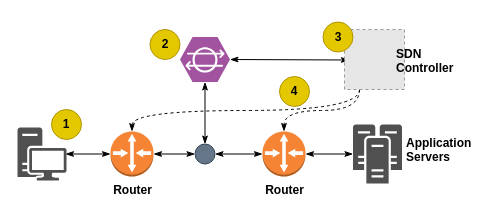
The draw.io diagram stateful-processing.drawio in deepaknadig/draw.io, before the edit. Source tidied: cells renumbered, new cells numbered last; positions are measured from the earlier drawing's top-left corner, leaving out a move shared by most shapes. Both pictures are drawn from the tidied source at 100%, with x=0, y=0 at pixel (17, 21). Pictures stored in the file or linked from it are replaced by grey dashed boxes.
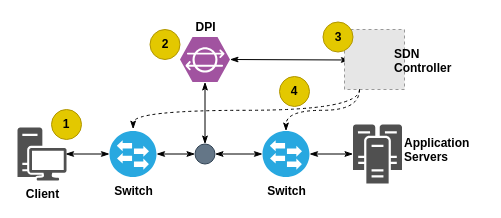
After the change.

The edit, as a diff of the source:
```diff
@@
-    <mxCell id="2" style="group;" parent="1" vertex="1">
-      <mxGeometry y="0.5" width="467" height="161.5" as="geometry" />
-    </mxCell>
+    <mxCell id="24" style="group;" parent="1" vertex="1">
+      <mxGeometry y="-4" width="465" height="166" as="geometry" />
+    </mxCell>
+    <mxCell id="25" value="&lt;div align=&quot;center&quot;&gt;&lt;b&gt;DPI&lt;/b&gt;&lt;/div&gt;" style="text;html=1;align=center;verticalAlign=top;spacingTop=-4;fontColor=#000000;" parent="24" vertex="1">
+      <mxGeometry x="167.5" width="40" height="20" as="geometry" />
+    </mxCell>
-    <mxCell id="3" style="edgeStyle=none;rounded=0;jettySize=auto;html=1;entryX=0;entryY=0.5;entryDx=0;entryDy=0;entryPerimeter=0;startArrow=classicThin;startFill=1;endArrow=classicThin;endFill=1;" parent="2" edge="1" target="4">
+    <mxCell id="3" style="edgeStyle=none;rounded=0;jettySize=auto;html=1;entryX=0;entryY=0.5;entryDx=0;entryDy=0;entryPerimeter=0;startArrow=classicThin;startFill=1;endArrow=classicThin;endFill=1;" parent="24" edge="1" target="26">
       <mxGeometry relative="1" as="geometry">
-        <mxPoint x="48" y="132" as="sourcePoint" />
+        <mxPoint x="48" y="136.5" as="sourcePoint" />
       </mxGeometry>
     </mxCell>
-    <mxCell id="4" value="&lt;b&gt;Router&lt;/b&gt;" style="outlineConnect=0;dashed=0;verticalLabelPosition=bottom;verticalAlign=top;align=center;html=1;shape=mxgraph.aws3.router;fillColor=#F58534;gradientColor=none;" parent="2" vertex="1">
-      <mxGeometry x="93" y="109.5" width="43" height="45" as="geometry" />
-    </mxCell>
-    <mxCell id="5" value="&lt;b&gt;Router&lt;/b&gt;" style="outlineConnect=0;dashed=0;verticalLabelPosition=bottom;verticalAlign=top;align=center;html=1;shape=mxgraph.aws3.router;fillColor=#F58534;gradientColor=none;" parent="2" vertex="1">
-      <mxGeometry x="245" y="109.5" width="43" height="45" as="geometry" />
-    </mxCell>
-    <mxCell id="6" style="edgeStyle=none;rounded=0;jettySize=auto;html=1;exitX=1;exitY=0.5;exitDx=0;exitDy=0;entryX=0;entryY=0.5;entryDx=0;entryDy=0;entryPerimeter=0;startArrow=classicThin;startFill=1;endArrow=classicThin;endFill=1;" parent="2" edge="1" source="7" target="5">
-      <mxGeometry relative="1" as="geometry" />
-    </mxCell>
-    <mxCell id="7" style="ellipse;whiteSpace=wrap;html=1;fillColor=#647687;strokeColor=#314354;fontColor=#ffffff;" parent="2" vertex="1">
-      <mxGeometry x="177.5" y="122" width="20" height="20" as="geometry" />
+    <mxCell id="7" style="ellipse;whiteSpace=wrap;html=1;fillColor=#647687;strokeColor=#314354;fontColor=#ffffff;" parent="24" vertex="1">
+      <mxGeometry x="177.5" y="126.5" width="20" height="20" as="geometry" />
     </mxCell>
-    <mxCell id="8" style="edgeStyle=none;rounded=0;jettySize=auto;html=1;exitX=1;exitY=0.5;exitDx=0;exitDy=0;exitPerimeter=0;entryX=0;entryY=0.5;entryDx=0;entryDy=0;startArrow=classicThin;startFill=1;endArrow=classicThin;endFill=1;" parent="2" edge="1" source="4" target="7">
+    <mxCell id="8" style="edgeStyle=none;rounded=0;jettySize=auto;html=1;exitX=1;exitY=0.5;exitDx=0;exitDy=0;exitPerimeter=0;entryX=0;entryY=0.5;entryDx=0;entryDy=0;startArrow=classicThin;startFill=1;endArrow=classicThin;endFill=1;" parent="24" edge="1" source="26" target="7">
       <mxGeometry relative="1" as="geometry" />
     </mxCell>
-    <mxCell id="9" style="shadow=0;dashed=0;html=1;strokeColor=none;fillColor=#505050;labelPosition=center;verticalLabelPosition=bottom;verticalAlign=top;outlineConnect=0;align=center;shape=mxgraph.office.servers.cluster_server;" parent="2" vertex="1">
-      <mxGeometry x="335.5" y="102.5" width="49" height="59" as="geometry" />
+    <mxCell id="9" style="shadow=0;dashed=0;html=1;strokeColor=none;fillColor=#505050;labelPosition=center;verticalLabelPosition=bottom;verticalAlign=top;outlineConnect=0;align=center;shape=mxgraph.office.servers.cluster_server;" parent="24" vertex="1">
+      <mxGeometry x="335.5" y="107" width="49" height="59" as="geometry" />
     </mxCell>
-    <mxCell id="10" style="edgeStyle=none;rounded=0;jettySize=auto;html=1;exitX=1;exitY=0.5;exitDx=0;exitDy=0;exitPerimeter=0;startArrow=classicThin;startFill=1;endArrow=classicThin;endFill=1;" parent="2" edge="1" source="5" target="9">
+    <mxCell id="10" style="edgeStyle=none;rounded=0;jettySize=auto;html=1;exitX=1;exitY=0.5;exitDx=0;exitDy=0;exitPerimeter=0;startArrow=classicThin;startFill=1;endArrow=classicThin;endFill=1;" parent="24" edge="1" source="27" target="9">
       <mxGeometry relative="1" as="geometry" />
     </mxCell>
-    <mxCell id="11" style="rounded=0;jettySize=auto;html=1;exitX=0.5;exitY=1;exitDx=0;exitDy=0;exitPerimeter=0;entryX=0.5;entryY=0;entryDx=0;entryDy=0;startArrow=classicThin;startFill=1;endArrow=classicThin;endFill=1;" parent="2" edge="1" source="13" target="7">
+    <mxCell id="11" style="rounded=0;jettySize=auto;html=1;exitX=0.5;exitY=1;exitDx=0;exitDy=0;exitPerimeter=0;entryX=0.5;entryY=0;entryDx=0;entryDy=0;startArrow=classicThin;startFill=1;endArrow=classicThin;endFill=1;" parent="24" edge="1" source="13" target="7">
       <mxGeometry relative="1" as="geometry" />
     </mxCell>
-    <mxCell id="12" style="edgeStyle=none;rounded=0;jettySize=auto;html=1;exitX=1;exitY=0.5;exitDx=0;exitDy=0;exitPerimeter=0;startArrow=classicThin;startFill=1;endArrow=classicThin;endFill=1;" parent="2" edge="1" source="13">
+    <mxCell id="12" style="edgeStyle=none;rounded=0;jettySize=auto;html=1;exitX=1;exitY=0.5;exitDx=0;exitDy=0;exitPerimeter=0;startArrow=classicThin;startFill=1;endArrow=classicThin;endFill=1;" parent="24" edge="1" source="13">
       <mxGeometry relative="1" as="geometry">
-        <mxPoint x="332" y="38" as="targetPoint" />
+        <mxPoint x="332" y="42.5" as="targetPoint" />
       </mxGeometry>
     </mxCell>
-    <mxCell id="13" style="verticalLabelPosition=bottom;html=1;fillColor=#A153A0;verticalAlign=top;align=center;points=[[0.25,0,0],[0.5,0,0],[0.75,0,0],[1,0.5,0],[0.75,1,0],[0.5,1,0],[0.25,1,0],[0,0.5,0],[0.125,0.25,0],[0.125,0.75,0],[0.875,0.25,0],[0.875,0.75,0]];shape=mxgraph.cisco_safe.design.intrusion_detection;" parent="2" vertex="1">
-      <mxGeometry x="162.5" y="15" width="50" height="45" as="geometry" />
+    <mxCell id="13" style="verticalLabelPosition=bottom;html=1;fillColor=#A153A0;verticalAlign=top;align=center;points=[[0.25,0,0],[0.5,0,0],[0.75,0,0],[1,0.5,0],[0.75,1,0],[0.5,1,0],[0.25,1,0],[0,0.5,0],[0.125,0.25,0],[0.125,0.75,0],[0.875,0.25,0],[0.875,0.75,0]];shape=mxgraph.cisco_safe.design.intrusion_detection;" parent="24" vertex="1">
+      <mxGeometry x="162.5" y="19.5" width="50" height="45" as="geometry" />
     </mxCell>
-    <mxCell id="14" style="edgeStyle=orthogonalEdgeStyle;curved=1;rounded=0;jettySize=auto;html=1;exitX=0.25;exitY=1;exitDx=0;exitDy=0;entryX=0.5;entryY=0;entryDx=0;entryDy=0;entryPerimeter=0;dashed=1;startArrow=none;startFill=0;endArrow=classicThin;endFill=1;strokeColor=#000000;" parent="2" edge="1" source="16" target="4">
-      <mxGeometry relative="1" as="geometry" />
-    </mxCell>
-    <mxCell id="15" style="edgeStyle=orthogonalEdgeStyle;curved=1;rounded=0;jettySize=auto;html=1;exitX=0.25;exitY=1;exitDx=0;exitDy=0;dashed=1;startArrow=none;startFill=0;endArrow=classicThin;endFill=1;strokeColor=#000000;" parent="2" edge="1" source="16" target="5">
-      <mxGeometry relative="1" as="geometry" />
-    </mxCell>
-    <mxCell id="16" style="fillColor=#E6E6E6;strokeColor=#999999;dashed=1;html=1;verticalAlign=top;verticalLabelPosition=bottom;labelBackgroundColor=#ffffff;" parent="2" vertex="1">
-      <mxGeometry x="327" y="7.5" width="60" height="60" as="geometry" />
+    <mxCell id="16" style="fillColor=#E6E6E6;strokeColor=#999999;dashed=1;html=1;verticalAlign=top;verticalLabelPosition=bottom;labelBackgroundColor=#ffffff;" parent="24" vertex="1">
+      <mxGeometry x="327" y="12" width="60" height="60" as="geometry" />
     </mxCell>
-    <mxCell id="17" value="&lt;div&gt;&lt;b&gt;SDN&lt;/b&gt;&lt;/div&gt;&lt;div&gt;&lt;b&gt;Controller&lt;br&gt;&lt;/b&gt;&lt;/div&gt;" style="text;html=1;align=left;verticalAlign=top;spacingTop=-4;" parent="2" vertex="1">
-      <mxGeometry x="377" y="22.5" width="70" height="30" as="geometry" />
+    <mxCell id="17" value="&lt;div&gt;&lt;b&gt;SDN&lt;/b&gt;&lt;/div&gt;&lt;div&gt;&lt;b&gt;Controller&lt;br&gt;&lt;/b&gt;&lt;/div&gt;" style="text;html=1;align=left;verticalAlign=top;spacingTop=-4;" parent="24" vertex="1">
+      <mxGeometry x="375" y="27" width="70" height="30" as="geometry" />
     </mxCell>
-    <mxCell id="18" value="&lt;div&gt;&lt;b&gt;Application&lt;/b&gt;&lt;/div&gt;&lt;div&gt;&lt;b&gt;Servers&lt;br&gt;&lt;/b&gt;&lt;/div&gt;" style="text;html=1;align=left;verticalAlign=top;spacingTop=-4;" parent="2" vertex="1">
-      <mxGeometry x="387" y="111" width="80" height="30" as="geometry" />
+    <mxCell id="18" value="&lt;div&gt;&lt;b&gt;Application&lt;/b&gt;&lt;/div&gt;&lt;div&gt;&lt;b&gt;Servers&lt;br&gt;&lt;/b&gt;&lt;/div&gt;" style="text;html=1;align=left;verticalAlign=top;spacingTop=-4;" parent="24" vertex="1">
+      <mxGeometry x="385" y="115.5" width="80" height="30" as="geometry" />
     </mxCell>
-    <mxCell id="19" style="shadow=0;dashed=0;html=1;strokeColor=none;fillColor=#505050;labelPosition=center;verticalLabelPosition=bottom;verticalAlign=top;align=center;shape=mxgraph.office.devices.workstation;" parent="2" vertex="1">
-      <mxGeometry y="105.5" width="49" height="53" as="geometry" />
+    <mxCell id="19" value="&lt;b&gt;Client&lt;/b&gt;" style="shadow=0;dashed=0;html=1;strokeColor=none;fillColor=#505050;labelPosition=center;verticalLabelPosition=bottom;verticalAlign=top;align=center;shape=mxgraph.office.devices.workstation;" parent="24" vertex="1">
+      <mxGeometry y="110" width="49" height="53" as="geometry" />
     </mxCell>
-    <mxCell id="20" value="&lt;b&gt;1&lt;/b&gt;" style="ellipse;whiteSpace=wrap;html=1;fillColor=#e3c800;align=center;strokeColor=#B09500;fontColor=#000000;" parent="2" vertex="1">
-      <mxGeometry x="34" y="87.5" width="30" height="30" as="geometry" />
+    <mxCell id="20" value="&lt;b&gt;1&lt;/b&gt;" style="ellipse;whiteSpace=wrap;html=1;fillColor=#e3c800;align=center;strokeColor=#B09500;fontColor=#000000;" parent="24" vertex="1">
+      <mxGeometry x="34" y="92" width="30" height="30" as="geometry" />
     </mxCell>
-    <mxCell id="21" value="&lt;b&gt;2&lt;/b&gt;" style="ellipse;whiteSpace=wrap;html=1;fillColor=#e3c800;align=center;strokeColor=#B09500;fontColor=#000000;" parent="2" vertex="1">
-      <mxGeometry x="132.5" y="7.5" width="30" height="30" as="geometry" />
+    <mxCell id="21" value="&lt;b&gt;2&lt;/b&gt;" style="ellipse;whiteSpace=wrap;html=1;fillColor=#e3c800;align=center;strokeColor=#B09500;fontColor=#000000;" parent="24" vertex="1">
+      <mxGeometry x="132.5" y="12" width="30" height="30" as="geometry" />
     </mxCell>
-    <mxCell id="22" value="&lt;b&gt;3&lt;/b&gt;" style="ellipse;whiteSpace=wrap;html=1;fillColor=#e3c800;align=center;strokeColor=#B09500;fontColor=#000000;" parent="2" vertex="1">
-      <mxGeometry x="305.5" width="30" height="30" as="geometry" />
+    <mxCell id="22" value="&lt;b&gt;3&lt;/b&gt;" style="ellipse;whiteSpace=wrap;html=1;fillColor=#e3c800;align=center;strokeColor=#B09500;fontColor=#000000;" parent="24" vertex="1">
+      <mxGeometry x="305.5" y="4.5" width="30" height="30" as="geometry" />
     </mxCell>
-    <mxCell id="23" value="4" style="ellipse;whiteSpace=wrap;html=1;fillColor=#e3c800;align=center;strokeColor=#B09500;fontColor=#000000;fontStyle=1;" parent="2" vertex="1">
-      <mxGeometry x="262" y="54.5" width="30" height="30" as="geometry" />
+    <mxCell id="23" value="4" style="ellipse;whiteSpace=wrap;html=1;fillColor=#e3c800;align=center;strokeColor=#B09500;fontColor=#000000;fontStyle=1;" parent="24" vertex="1">
+      <mxGeometry x="262" y="59" width="30" height="30" as="geometry" />
     </mxCell>
+    <mxCell id="26" value="&lt;b&gt;Switch&lt;/b&gt;" style="verticalLabelPosition=bottom;html=1;fillColor=#28A8E0;verticalAlign=top;points=[[0.145,0.145,0],[0.8555,0.145,0],[0.855,0.855,0],[0.145,0.855,0],[0.5,0,0], [1,0.5,0], [0.5,1,0],[0,0.5,0]];align=center;shape=mxgraph.cisco_safe.capability.l2_switching;fontColor=#000000;" parent="24" vertex="1">
+      <mxGeometry x="92" y="113.5" width="47" height="46" as="geometry" />
+    </mxCell>
+    <mxCell id="14" style="edgeStyle=orthogonalEdgeStyle;curved=1;rounded=0;jettySize=auto;html=1;exitX=0.25;exitY=1;exitDx=0;exitDy=0;entryX=0.503;entryY=-0.041;entryDx=0;entryDy=0;entryPerimeter=0;dashed=1;startArrow=none;startFill=0;endArrow=classicThin;endFill=1;strokeColor=#000000;" parent="24" edge="1" source="16" target="26">
+      <mxGeometry relative="1" as="geometry" />
+    </mxCell>
+    <mxCell id="27" value="&lt;b&gt;Switch&lt;/b&gt;" style="verticalLabelPosition=bottom;html=1;fillColor=#28A8E0;verticalAlign=top;points=[[0.145,0.145,0],[0.8555,0.145,0],[0.855,0.855,0],[0.145,0.855,0],[0.5,0,0], [1,0.5,0], [0.5,1,0],[0,0.5,0]];align=center;shape=mxgraph.cisco_safe.capability.l2_switching;fontColor=#000000;" parent="24" vertex="1">
+      <mxGeometry x="245" y="113.5" width="47" height="46" as="geometry" />
+    </mxCell>
+    <mxCell id="6" style="edgeStyle=none;rounded=0;jettySize=auto;html=1;exitX=1;exitY=0.5;exitDx=0;exitDy=0;entryX=0;entryY=0.5;entryDx=0;entryDy=0;entryPerimeter=0;startArrow=classicThin;startFill=1;endArrow=classicThin;endFill=1;" parent="24" edge="1" source="7" target="27">
+      <mxGeometry relative="1" as="geometry" />
+    </mxCell>
+    <mxCell id="15" style="edgeStyle=orthogonalEdgeStyle;curved=1;rounded=0;jettySize=auto;html=1;exitX=0.25;exitY=1;exitDx=0;exitDy=0;dashed=1;startArrow=none;startFill=0;endArrow=classicThin;endFill=1;strokeColor=#000000;entryX=0.5;entryY=0;entryDx=0;entryDy=0;entryPerimeter=0;" parent="24" edge="1" source="16" target="27">
+      <mxGeometry relative="1" as="geometry" />
+    </mxCell>
```
